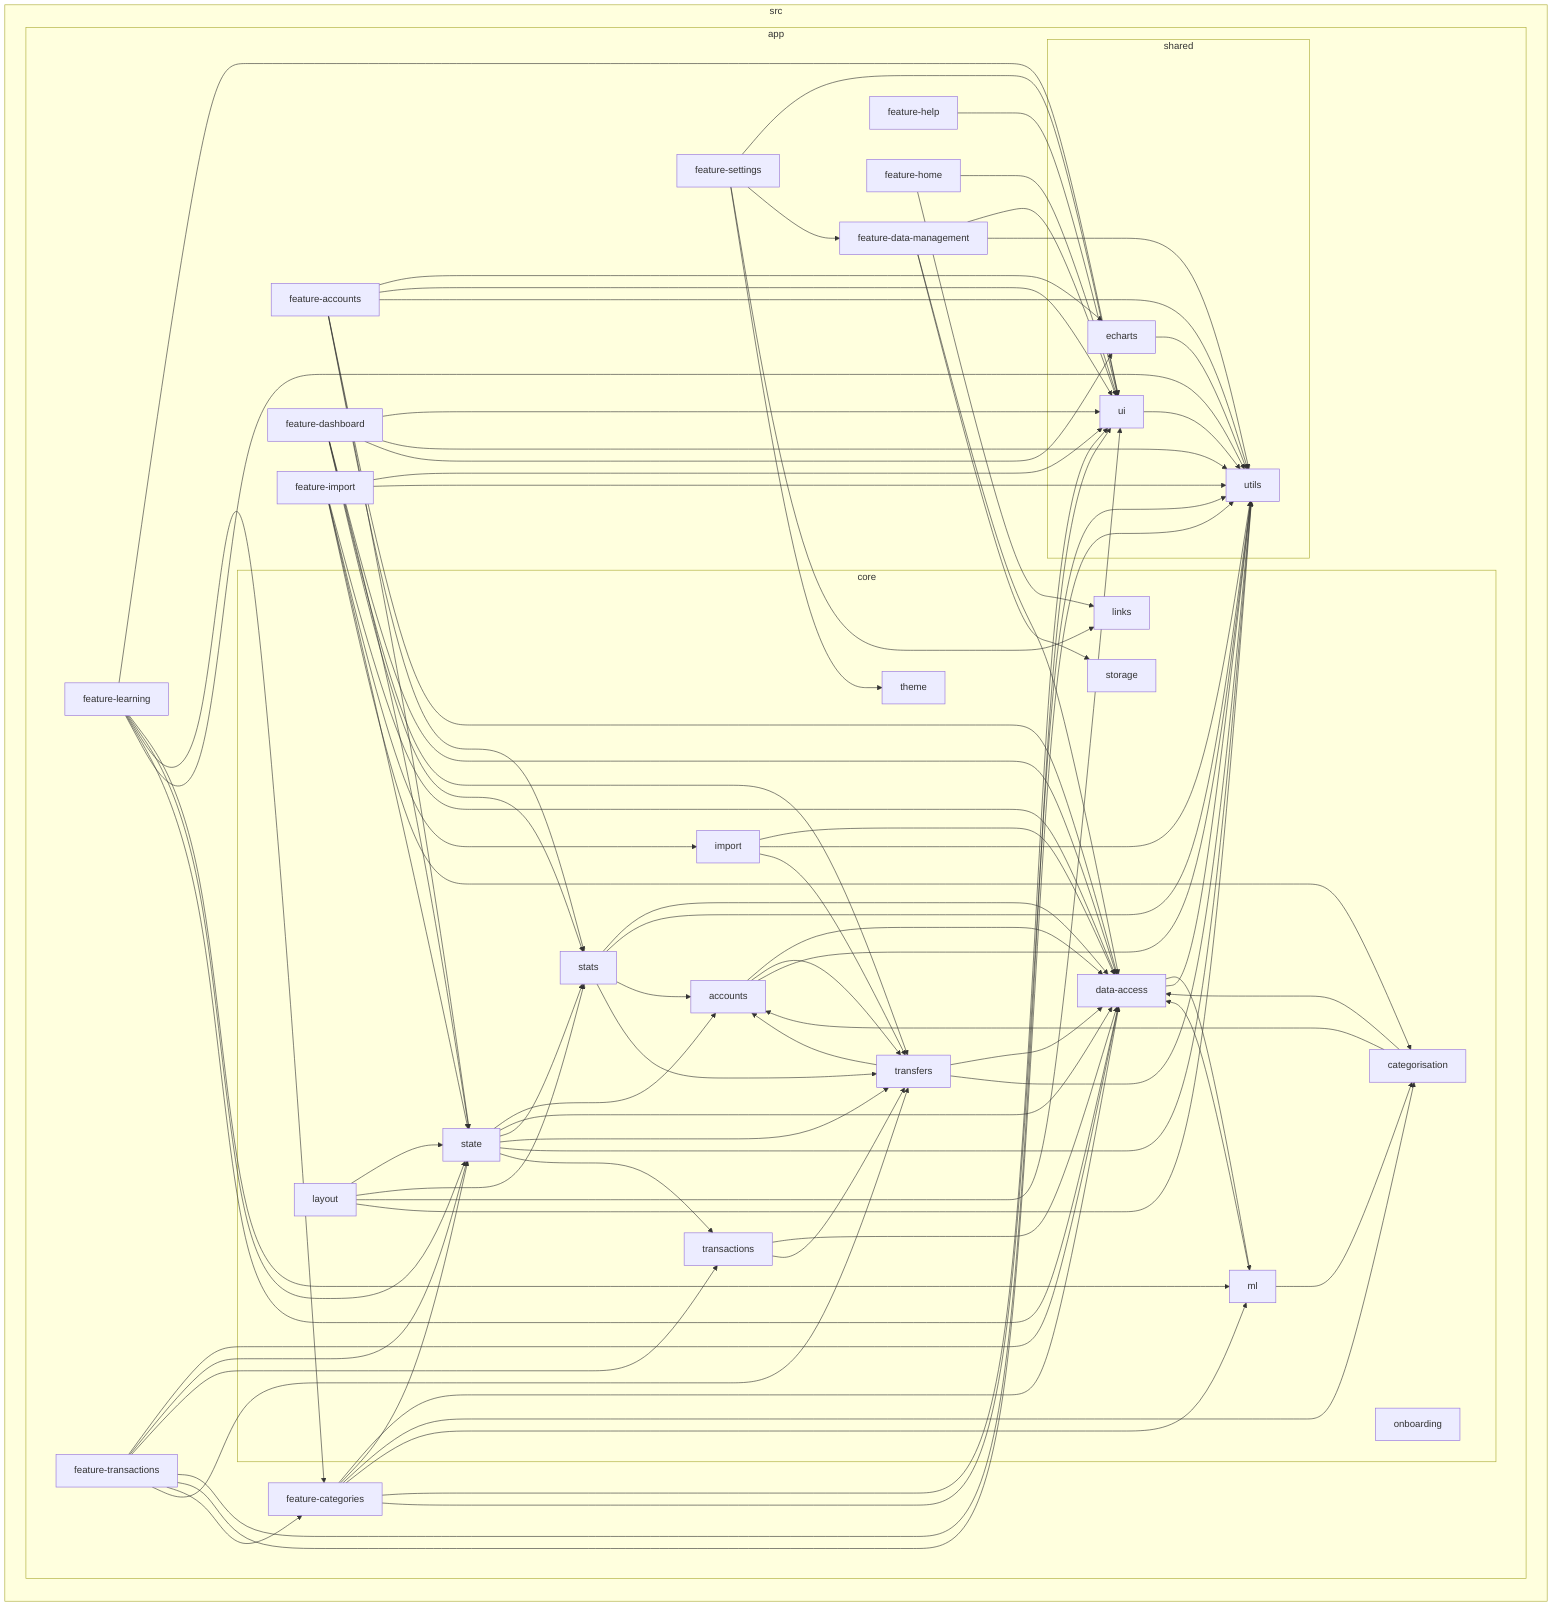
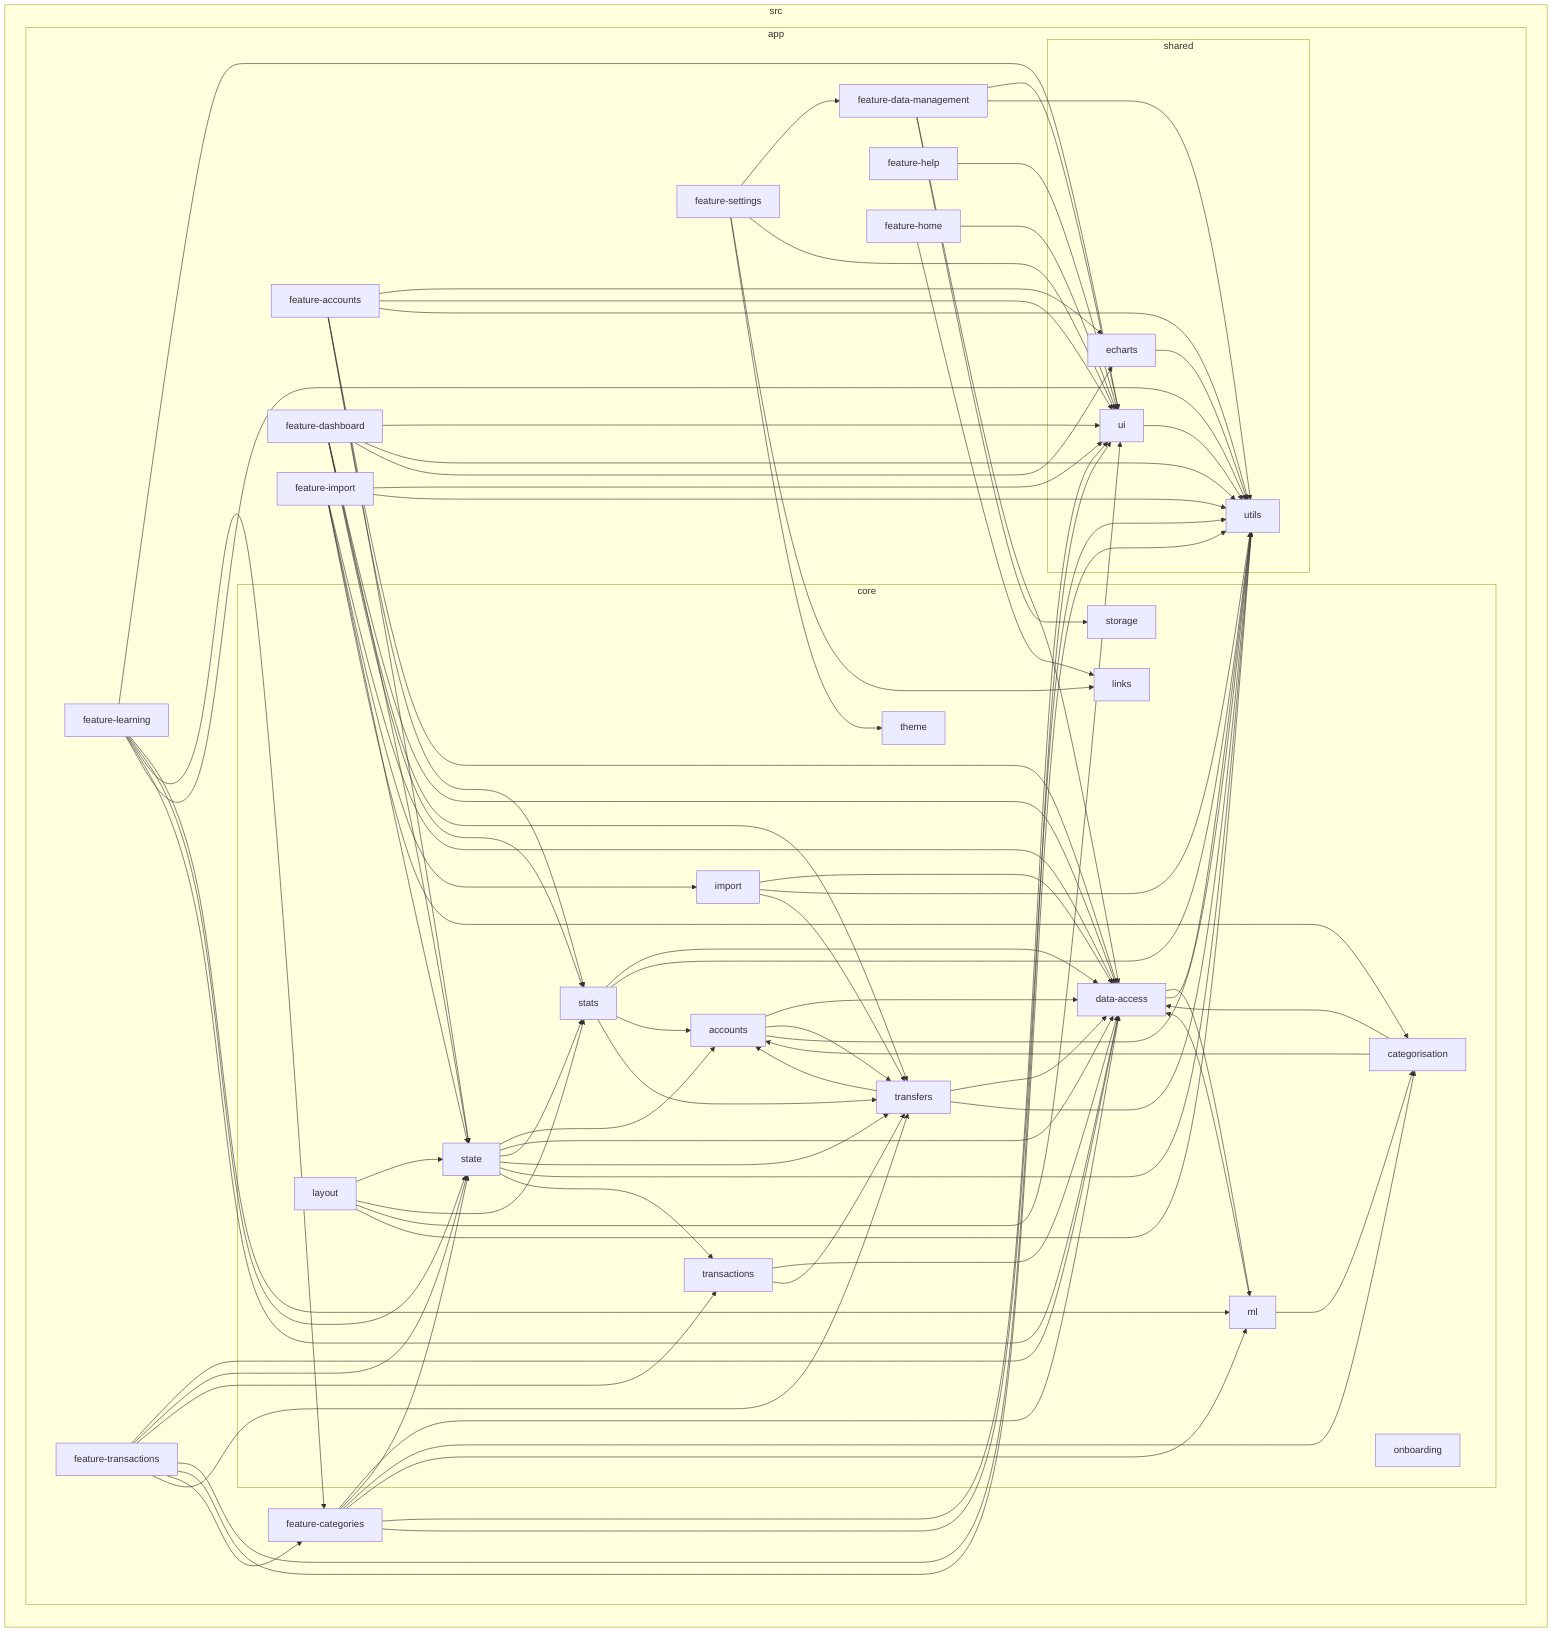
flowchart LR

subgraph 0["src"]
subgraph 1["app"]
subgraph 2["core"]
3["accounts"]
4["categorisation"]
5["data-access"]
6["import"]
7["layout"]
8["links"]
9["ml"]
A["onboarding"]
B["state"]
C["stats"]
D["storage"]
E["theme"]
F["transactions"]
G["transfers"]
end
H["feature-accounts"]
I["feature-categories"]
J["feature-dashboard"]
K["feature-data-management"]
L["feature-help"]
M["feature-home"]
N["feature-import"]
O["feature-learning"]
P["feature-settings"]
Q["feature-transactions"]
subgraph R["shared"]
S["echarts"]
T["ui"]
U["utils"]
end
end
end
3-->5
3-->G
3-->U
4-->5
4-->3
5-->9
5-->U
6-->5
6-->U
6-->G
7-->B
7-->C
7-->T
7-->U
9-->4
9-->5
B-->3
B-->5
B-->C
B-->G
B-->U
B-->F
C-->5
C-->U
C-->3
C-->G
F-->5
F-->G
G-->5
G-->3
G-->U
H-->5
H-->S
H-->B
H-->T
H-->U
H-->C
I-->5
I-->B
I-->T
I-->U
I-->4
I-->9
J-->5
J-->B
J-->T
J-->U
J-->G
J-->C
J-->S
K-->5
K-->D
K-->T
K-->U
L-->T
M-->8
M-->T
N-->5
N-->6
N-->T
N-->U
N-->B
N-->4
O-->T
O-->9
O-->B
O-->I
O-->5
O-->U
P-->8
P-->E
+ P-->K
P-->T
- P-->K
Q-->5
Q-->B
Q-->F
Q-->T
Q-->U
Q-->I
Q-->G
S-->U
T-->U
